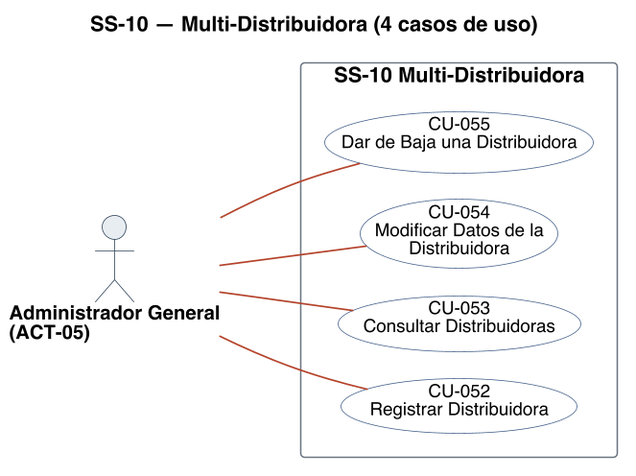
Nahuelito-Dev/splg-docs keeps this PlantUML diagram as diagramas/uml/CU_SS-10_Multi-Distribuidora.png. Above is the earlier version.
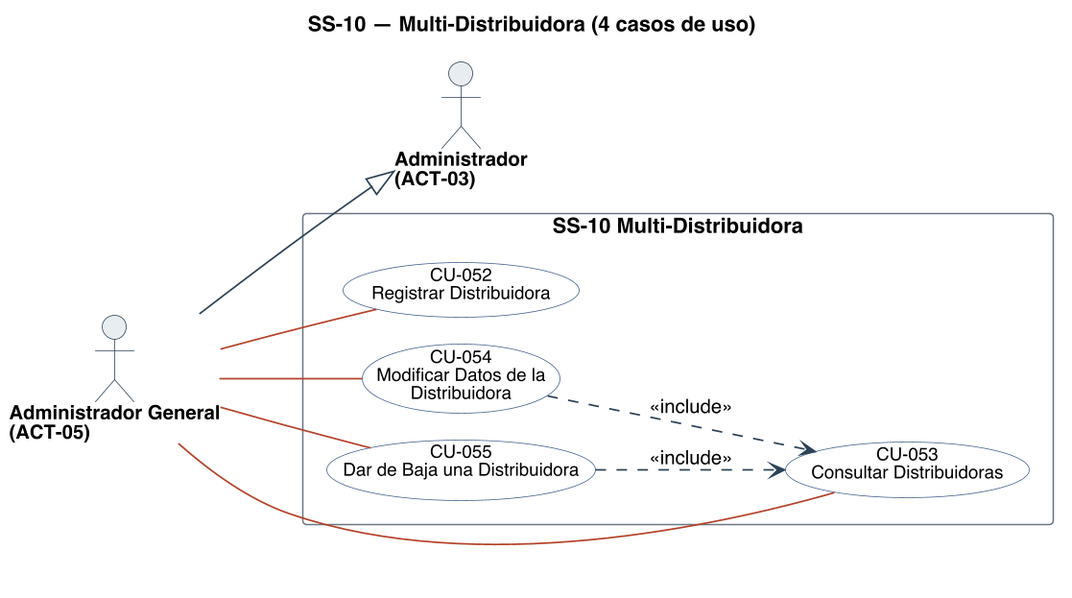
After the commit.

Change to the diagram source:
```diff
@@ -28,12 +28,13 @@
 skinparam nodesep 18
 skinparam ranksep 70
 skinparam usecase {
-  BorderColor<<pendiente>> #9C4436
-  BackgroundColor<<pendiente>> #F6E4E1
+  BorderColor<<planificado>> #9C4436
+  BackgroundColor<<planificado>> #F6E4E1
   BorderColor<<factorizado>> #6B7683
   BackgroundColor<<factorizado>> #F2F4F6
 }
 
+actor "Administrador\n(ACT-03)" as A03
 actor "Administrador General\n(ACT-05)" as A05
 
 rectangle "SS-10 Multi-Distribuidora" {
@@ -47,5 +48,9 @@
 A05 -[#B4432B]- U053
 A05 -[#B4432B]- U054
 A05 -[#B4432B]- U055
+A05 --|> A03
+
+U054 ..> U053 : <<include>>
+U055 ..> U053 : <<include>>
 
 @enduml
```
